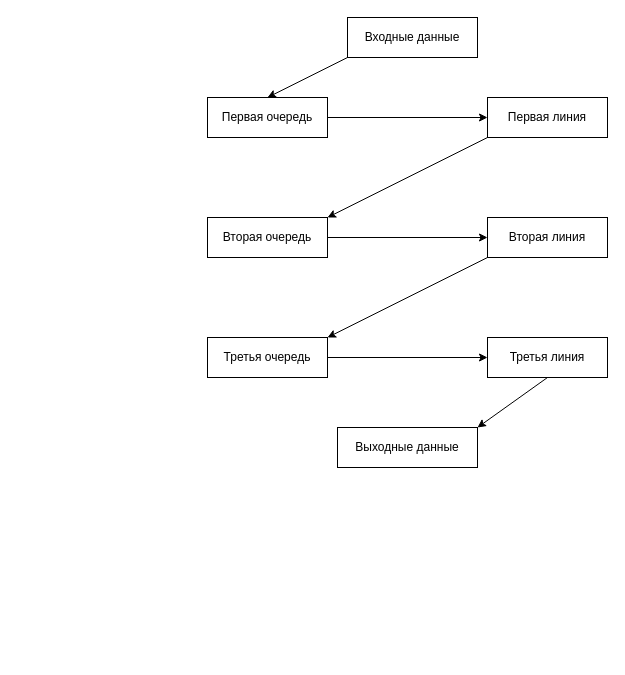
mRrvz/bmstu-aa keeps this draw.io diagram as lab_05/report/scheme_lab05.drawio. Above is the earlier version. Source tidied: cells renumbered, new cells numbered last; positions are measured from the earlier drawing's top-left corner, leaving out a move shared by most shapes. Both pictures are drawn from the tidied source at 100%, with x=0, y=0 at pixel (207, 17).
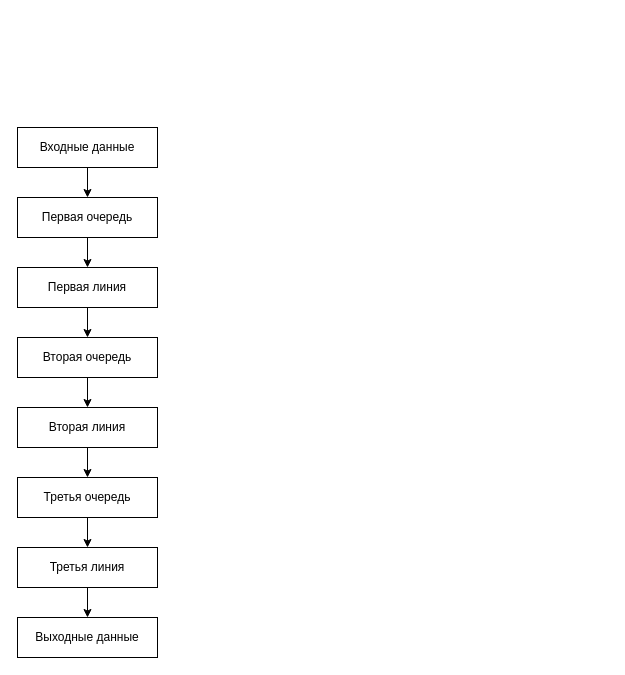
Above is the later version.

What changed in the source:
```diff
@@
 <mxGraphModel>
   <root>
     <mxCell id="0" />
     <mxCell id="1" parent="0" />
     <mxCell id="2" value="Входные данные" style="rounded=0;whiteSpace=wrap;html=1;" parent="1" vertex="1">
-      <mxGeometry x="140" width="130" height="40" as="geometry" />
+      <mxGeometry x="-190" y="110" width="140" height="40" as="geometry" />
     </mxCell>
     <mxCell id="3" value="Первая очередь" style="rounded=0;whiteSpace=wrap;html=1;" parent="1" vertex="1">
-      <mxGeometry y="80" width="120" height="40" as="geometry" />
+      <mxGeometry x="-190" y="180" width="140" height="40" as="geometry" />
     </mxCell>
     <mxCell id="4" value="Первая линия" style="rounded=0;whiteSpace=wrap;html=1;" parent="1" vertex="1">
-      <mxGeometry x="280" y="80" width="120" height="40" as="geometry" />
+      <mxGeometry x="-190" y="250" width="140" height="40" as="geometry" />
     </mxCell>
-    <mxCell id="5" style="endArrow=classic;html=1;exitX=1;exitY=0.5;exitDx=0;exitDy=0;entryX=0;entryY=0.5;entryDx=0;entryDy=0;" parent="1" edge="1" source="3" target="4">
+    <mxCell id="5" style="endArrow=classic;html=1;exitX=0.5;exitY=1;exitDx=0;exitDy=0;entryX=0.5;entryY=0;entryDx=0;entryDy=0;" parent="1" edge="1" source="3" target="4">
       <mxGeometry relative="1" as="geometry" />
     </mxCell>
     <mxCell id="6" value="Вторая очередь" style="rounded=0;whiteSpace=wrap;html=1;" parent="1" vertex="1">
-      <mxGeometry y="200" width="120" height="40" as="geometry" />
+      <mxGeometry x="-190" y="320" width="140" height="40" as="geometry" />
     </mxCell>
     <mxCell id="7" value="Вторая линия" style="rounded=0;whiteSpace=wrap;html=1;" parent="1" vertex="1">
-      <mxGeometry x="280" y="200" width="120" height="40" as="geometry" />
+      <mxGeometry x="-190" y="390" width="140" height="40" as="geometry" />
     </mxCell>
-    <mxCell id="8" style="endArrow=classic;html=1;exitX=1;exitY=0.5;exitDx=0;exitDy=0;entryX=0;entryY=0.5;entryDx=0;entryDy=0;" parent="1" edge="1" source="6" target="7">
+    <mxCell id="8" style="endArrow=classic;html=1;exitX=0.5;exitY=1;exitDx=0;exitDy=0;entryX=0.5;entryY=0;entryDx=0;entryDy=0;" parent="1" edge="1" source="6" target="7">
       <mxGeometry relative="1" as="geometry" />
     </mxCell>
     <mxCell id="9" value="Третья очередь" style="rounded=0;whiteSpace=wrap;html=1;" parent="1" vertex="1">
-      <mxGeometry y="320" width="120" height="40" as="geometry" />
+      <mxGeometry x="-190" y="460" width="140" height="40" as="geometry" />
     </mxCell>
     <mxCell id="10" value="Третья линия" style="rounded=0;whiteSpace=wrap;html=1;" parent="1" vertex="1">
-      <mxGeometry x="280" y="320" width="120" height="40" as="geometry" />
+      <mxGeometry x="-190" y="530" width="140" height="40" as="geometry" />
     </mxCell>
-    <mxCell id="11" style="endArrow=classic;html=1;exitX=1;exitY=0.5;exitDx=0;exitDy=0;entryX=0;entryY=0.5;entryDx=0;entryDy=0;" parent="1" edge="1" source="9" target="10">
+    <mxCell id="11" style="endArrow=classic;html=1;exitX=0.5;exitY=1;exitDx=0;exitDy=0;entryX=0.5;entryY=0;entryDx=0;entryDy=0;" parent="1" edge="1" source="9" target="10">
       <mxGeometry relative="1" as="geometry" />
     </mxCell>
-    <mxCell id="12" style="endArrow=classic;html=1;exitX=0;exitY=1;exitDx=0;exitDy=0;entryX=1;entryY=0;entryDx=0;entryDy=0;" parent="1" edge="1" source="7" target="9">
+    <mxCell id="12" style="endArrow=classic;html=1;exitX=0.5;exitY=1;exitDx=0;exitDy=0;entryX=0.5;entryY=0;entryDx=0;entryDy=0;" parent="1" edge="1" source="7" target="9">
       <mxGeometry relative="1" as="geometry" />
     </mxCell>
-    <mxCell id="13" style="endArrow=classic;html=1;exitX=0;exitY=1;exitDx=0;exitDy=0;entryX=1;entryY=0;entryDx=0;entryDy=0;" parent="1" edge="1" source="4" target="6">
+    <mxCell id="13" style="endArrow=classic;html=1;exitX=0.5;exitY=1;exitDx=0;exitDy=0;entryX=0.5;entryY=0;entryDx=0;entryDy=0;" parent="1" edge="1" source="4" target="6">
       <mxGeometry relative="1" as="geometry" />
     </mxCell>
     <mxCell id="14" value="Выходные данные" style="rounded=0;whiteSpace=wrap;html=1;" parent="1" vertex="1">
-      <mxGeometry x="130" y="410" width="140" height="40" as="geometry" />
+      <mxGeometry x="-190" y="600" width="140" height="40" as="geometry" />
     </mxCell>
-    <mxCell id="15" style="endArrow=classic;html=1;exitX=0;exitY=1;exitDx=0;exitDy=0;entryX=0.5;entryY=0;entryDx=0;entryDy=0;" parent="1" edge="1" source="2" target="3">
+    <mxCell id="15" style="endArrow=classic;html=1;exitX=0.5;exitY=1;exitDx=0;exitDy=0;entryX=0.5;entryY=0;entryDx=0;entryDy=0;" parent="1" edge="1" source="2" target="3">
       <mxGeometry relative="1" as="geometry" />
     </mxCell>
-    <mxCell id="16" style="endArrow=classic;html=1;exitX=0.5;exitY=1;exitDx=0;exitDy=0;entryX=1;entryY=0;entryDx=0;entryDy=0;" parent="1" edge="1" source="10" target="14">
+    <mxCell id="16" style="endArrow=classic;html=1;exitX=0.5;exitY=1;exitDx=0;exitDy=0;entryX=0.5;entryY=0;entryDx=0;entryDy=0;" parent="1" edge="1" source="10" target="14">
       <mxGeometry relative="1" as="geometry" />
     </mxCell>
   </root>
 </mxGraphModel>
```
